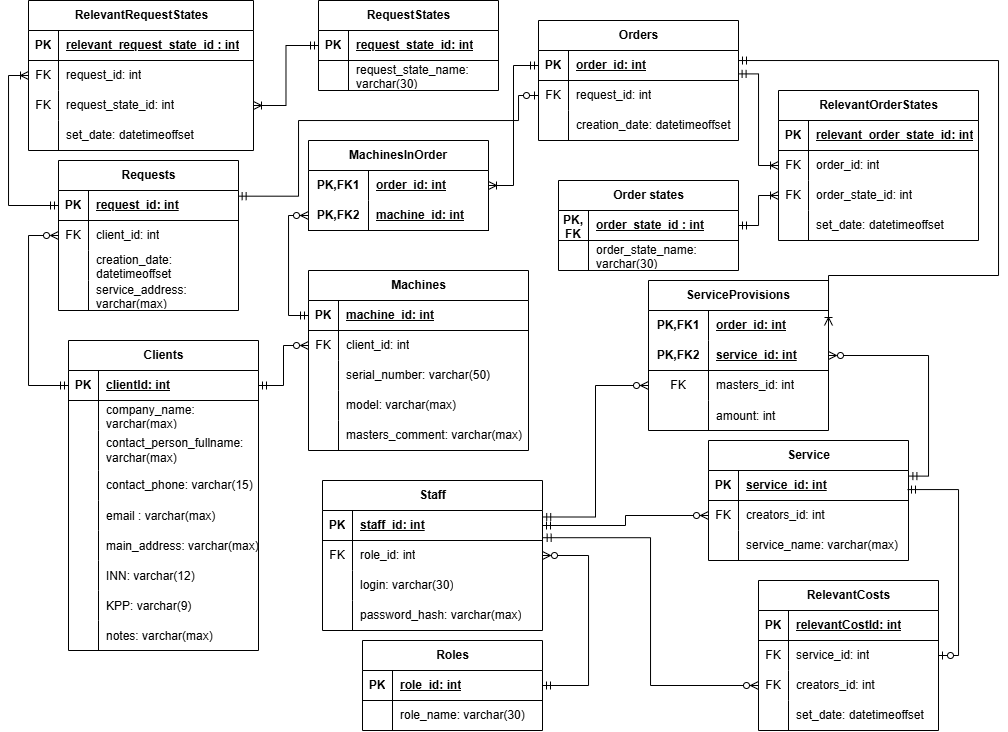
jecsonM/TRPO4course- keeps this draw.io diagram as PhysicalModel.drawio.png. Above is the earlier version. Source tidied: cells renumbered, new cells last; positions are measured from the earlier drawing's top-left corner, leaving out a move shared by most shapes.
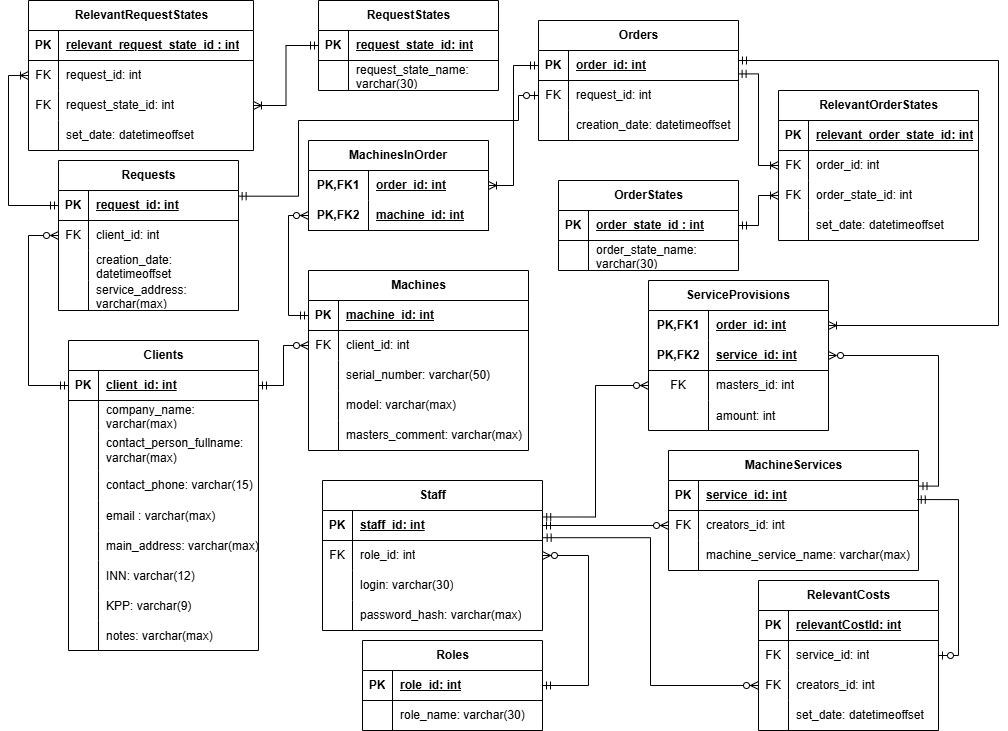
After the change.

The edit, as a diff of the source:
```diff
@@ -11,7 +11,7 @@
     <mxCell id="4" value="PK" style="shape=partialRectangle;fillColor=none;top=0;left=0;bottom=0;right=0;fontStyle=1;overflow=hidden;whiteSpace=wrap;html=1;" parent="3" vertex="1">
       <mxGeometry width="30" height="30" as="geometry" />
     </mxCell>
-    <mxCell id="5" value="clientId: int" style="shape=partialRectangle;fillColor=none;top=0;left=0;bottom=0;right=0;align=left;spacingLeft=6;fontStyle=5;overflow=hidden;whiteSpace=wrap;html=1;" parent="3" vertex="1">
+    <mxCell id="5" value="client_id: int" style="shape=partialRectangle;fillColor=none;top=0;left=0;bottom=0;right=0;align=left;spacingLeft=6;fontStyle=5;overflow=hidden;whiteSpace=wrap;html=1;" parent="3" vertex="1">
       <mxGeometry x="30" width="160" height="30" as="geometry" />
     </mxCell>
     <mxCell id="6" style="shape=tableRow;horizontal=0;startSize=0;swimlaneHead=0;swimlaneBody=0;fillColor=none;top=0;left=0;right=0;bottom=0;" parent="2" vertex="1">
@@ -263,35 +263,35 @@
     <mxCell id="88" value="amount: int" style="shape=partialRectangle;fillColor=none;top=0;left=0;bottom=0;right=0;align=left;spacingLeft=6;overflow=hidden;" parent="86" vertex="1">
       <mxGeometry x="60" width="120" height="30" as="geometry" />
     </mxCell>
-    <mxCell id="89" value="Service" style="shape=table;startSize=30;rowLines=0;fontStyle=1;align=center;html=1;" parent="1" vertex="1">
-      <mxGeometry x="680" y="440" width="200" height="120" as="geometry" />
+    <mxCell id="89" value="MachineServices" style="shape=table;startSize=30;rowLines=0;fontStyle=1;align=center;html=1;" parent="1" vertex="1">
+      <mxGeometry x="640" y="450" width="250" height="120" as="geometry" />
     </mxCell>
     <mxCell id="90" style="shape=tableRow;horizontal=0;startSize=0;swimlaneHead=0;swimlaneBody=0;fillColor=none;points=[[0,0.5],[1,0.5]];portConstraint=eastwest;top=0;left=0;right=0;bottom=1;" parent="89" vertex="1">
-      <mxGeometry y="30" width="200" height="30" as="geometry" />
+      <mxGeometry y="30" width="250" height="30" as="geometry" />
     </mxCell>
     <mxCell id="91" value="PK" style="shape=partialRectangle;fillColor=none;top=0;left=0;bottom=0;right=0;fontStyle=1;overflow=hidden;whiteSpace=wrap;html=1;" parent="90" vertex="1">
       <mxGeometry width="30" height="30" as="geometry" />
     </mxCell>
     <mxCell id="92" value="service_id: int" style="shape=partialRectangle;fillColor=none;top=0;left=0;bottom=0;right=0;align=left;spacingLeft=6;fontStyle=5;overflow=hidden;whiteSpace=wrap;html=1;" parent="90" vertex="1">
-      <mxGeometry x="30" width="170" height="30" as="geometry" />
+      <mxGeometry x="30" width="220" height="30" as="geometry" />
     </mxCell>
     <mxCell id="93" style="shape=tableRow;horizontal=0;startSize=0;swimlaneHead=0;swimlaneBody=0;fillColor=none;points=[[0,0.5],[1,0.5]];portConstraint=eastwest;top=0;left=0;right=0;bottom=0;" parent="89" vertex="1">
-      <mxGeometry y="60" width="200" height="30" as="geometry" />
+      <mxGeometry y="60" width="250" height="30" as="geometry" />
     </mxCell>
     <mxCell id="94" value="FK" style="shape=partialRectangle;fillColor=none;top=0;left=0;bottom=0;right=0;fontStyle=0;overflow=hidden;whiteSpace=wrap;html=1;" parent="93" vertex="1">
       <mxGeometry width="30" height="30" as="geometry" />
     </mxCell>
     <mxCell id="95" value="creators_id: int" style="shape=partialRectangle;fillColor=none;top=0;left=0;bottom=0;right=0;align=left;spacingLeft=6;fontStyle=0;overflow=hidden;whiteSpace=wrap;html=1;" parent="93" vertex="1">
-      <mxGeometry x="30" width="170" height="30" as="geometry" />
+      <mxGeometry x="30" width="220" height="30" as="geometry" />
     </mxCell>
     <mxCell id="96" style="shape=tableRow;horizontal=0;startSize=0;swimlaneHead=0;swimlaneBody=0;fillColor=none;top=0;left=0;right=0;bottom=0;" parent="89" vertex="1">
-      <mxGeometry y="90" width="200" height="30" as="geometry" />
+      <mxGeometry y="90" width="250" height="30" as="geometry" />
     </mxCell>
     <mxCell id="97" style="shape=partialRectangle;fillColor=none;top=0;left=0;bottom=0;right=0;overflow=hidden;whiteSpace=wrap;html=1;" parent="96" vertex="1">
       <mxGeometry width="30" height="30" as="geometry" />
     </mxCell>
-    <mxCell id="98" value="service_name: varchar(max)" style="shape=partialRectangle;fillColor=none;top=0;left=0;bottom=0;right=0;align=left;spacingLeft=6;overflow=hidden;whiteSpace=wrap;html=1;" parent="96" vertex="1">
-      <mxGeometry x="30" width="170" height="30" as="geometry" />
+    <mxCell id="98" value="machine_service_name: varchar(max)" style="shape=partialRectangle;fillColor=none;top=0;left=0;bottom=0;right=0;align=left;spacingLeft=6;overflow=hidden;whiteSpace=wrap;html=1;" parent="96" vertex="1">
+      <mxGeometry x="30" width="220" height="30" as="geometry" />
     </mxCell>
     <mxCell id="99" value="RelevantCosts" style="shape=table;startSize=30;rowLines=0;fontStyle=1;align=center;html=1;" parent="1" vertex="1">
       <mxGeometry x="730" y="580" width="180" height="150" as="geometry" />
@@ -442,7 +442,7 @@
       <mxGeometry relative="1" as="geometry">
         <Array as="points">
           <mxPoint x="970" y="60" />
-          <mxPoint x="970" y="275" />
+          <mxPoint x="970" y="325" />
         </Array>
       </mxGeometry>
     </mxCell>
@@ -533,13 +533,13 @@
     <mxCell id="169" style="edgeStyle=orthogonalEdgeStyle;rounded=0;jettySize=auto;html=1;startArrow=ERoneToMany;startFill=0;endArrow=ERmandOne;endFill=0;entryX=0.998;entryY=0.78;entryDx=0;entryDy=0;entryPerimeter=0;" parent="1" edge="1" source="160" target="67">
       <mxGeometry relative="1" as="geometry" />
     </mxCell>
-    <mxCell id="170" value="Order states" style="shape=table;startSize=30;rowLines=0;fontStyle=1;align=center;html=1;" parent="1" vertex="1">
+    <mxCell id="170" value="OrderStates" style="shape=table;startSize=30;rowLines=0;fontStyle=1;align=center;html=1;" parent="1" vertex="1">
       <mxGeometry x="530" y="180" width="180" height="90" as="geometry" />
     </mxCell>
     <mxCell id="171" style="shape=tableRow;horizontal=0;startSize=0;swimlaneHead=0;swimlaneBody=0;fillColor=none;points=[[0,0.5],[1,0.5]];portConstraint=eastwest;top=0;left=0;right=0;bottom=1;" parent="170" vertex="1">
       <mxGeometry y="30" width="180" height="30" as="geometry" />
     </mxCell>
-    <mxCell id="172" value="PK, FK" style="shape=partialRectangle;fillColor=none;top=0;left=0;bottom=0;right=0;fontStyle=1;overflow=hidden;whiteSpace=wrap;html=1;" parent="171" vertex="1">
+    <mxCell id="172" value="PK" style="shape=partialRectangle;fillColor=none;top=0;left=0;bottom=0;right=0;fontStyle=1;overflow=hidden;whiteSpace=wrap;html=1;" parent="171" vertex="1">
       <mxGeometry width="30" height="30" as="geometry" />
     </mxCell>
     <mxCell id="173" value="order_state_id : int" style="shape=partialRectangle;fillColor=none;top=0;left=0;bottom=0;right=0;align=left;spacingLeft=6;fontStyle=5;overflow=hidden;whiteSpace=wrap;html=1;" parent="171" vertex="1">
```
